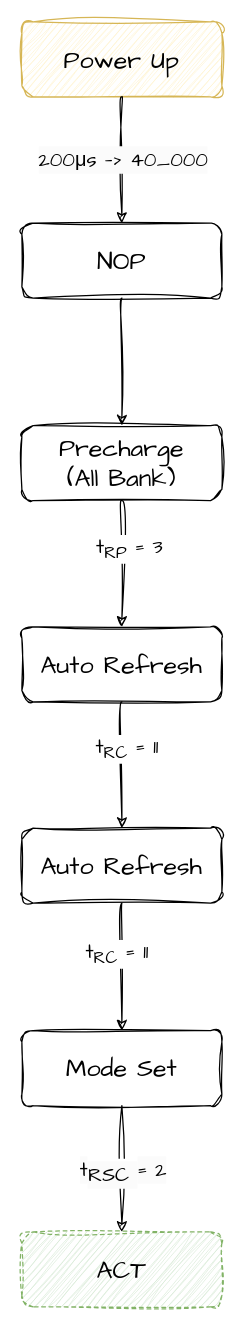
Above: diagram/power_up.drawio in oscc-ip/sdram (draw.io), before the change. Source tidied: cells renumbered, new cells numbered last; positions are measured from the earlier drawing's top-left corner, leaving out a move shared by most shapes. Both pictures are drawn from the tidied source at 125%, with x=0, y=0 at pixel (21, 21).
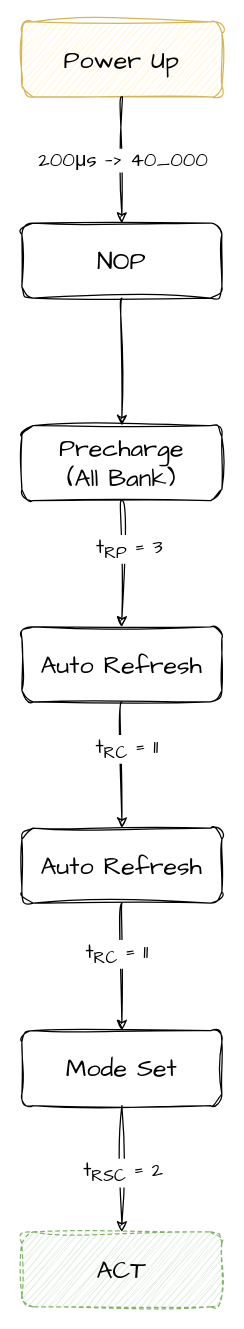
The same page after the edit.

Commit message (it also covers changes not shown here):
[docs] add burst write diagram

The change refers to these unchanged cells:
```xml
<mxCell id="3" style="edgeStyle=orthogonalEdgeStyle;shape=connector;curved=1;rounded=1;sketch=1;hachureGap=4;jiggle=2;curveFitting=1;html=1;exitX=0.5;exitY=1;exitDx=0;exitDy=0;entryX=0.5;entryY=0;entryDx=0;entryDy=0;labelBackgroundColor=default;strokeColor=default;fontFamily=Architects Daughter;fontSize=16;fontColor=default;startArrow=none;startFill=0;endArrow=classic;" parent="1" edge="1" source="5" target="6">
  <mxGeometry relative="1" as="geometry">
    <Array as="points">
      <mxPoint x="80" y="910" />
      <mxPoint x="80" y="910" />
    </Array>
  </mxGeometry>
</mxCell>
<mxCell id="7" style="edgeStyle=orthogonalEdgeStyle;curved=1;rounded=1;sketch=1;hachureGap=4;jiggle=2;curveFitting=1;html=1;exitX=0.5;exitY=1;exitDx=0;exitDy=0;entryX=0.5;entryY=0;entryDx=0;entryDy=0;labelBackgroundColor=default;strokeColor=default;fontFamily=Architects Daughter;fontSize=16;fontColor=default;endArrow=classic;startArrow=none;startFill=0;endFill=1;" parent="1" edge="1" source="2" target="10">
  <mxGeometry relative="1" as="geometry" />
</mxCell>
```

Diff of the diagram source:
```diff
@@
-    <mxCell id="4" value="&lt;span style=&quot;border-color: var(--border-color); font-size: 16px; background-color: rgb(251, 251, 251);&quot;&gt;t&lt;/span&gt;&lt;sub style=&quot;border-color: var(--border-color); background-color: rgb(251, 251, 251); font-size: 16px;&quot;&gt;RSC&amp;nbsp;&lt;/sub&gt;&lt;span style=&quot;border-color: var(--border-color); font-size: 16px; background-color: rgb(251, 251, 251);&quot;&gt;= 2&lt;/span&gt;" style="edgeLabel;html=1;align=center;verticalAlign=middle;fontSize=16;fontFamily=Architects Daughter;" parent="3" vertex="1">
-      <mxGeometry x="-0.22" y="-2" relative="1" as="geometry">
-        <mxPoint x="2" y="14" as="offset" />
+    <mxCell id="4" value="t&lt;sub&gt;RSC&lt;/sub&gt; = 2" style="edgeLabel;html=1;align=center;verticalAlign=middle;fontSize=16;fontFamily=Architects Daughter;" parent="3" vertex="1">
+      <mxGeometry x="-0.2" y="-1" relative="1" as="geometry">
+        <mxPoint x="1" y="13" as="offset" />
       </mxGeometry>
     </mxCell>
@@
-    <mxCell id="8" value="&lt;span style=&quot;font-size: 16px; background-color: rgb(251, 251, 251);&quot;&gt;200μs —&amp;gt; 40_000&lt;/span&gt;" style="edgeLabel;html=1;align=center;verticalAlign=middle;fontSize=16;fontFamily=Architects Daughter;" parent="7" vertex="1">
-      <mxGeometry x="-0.24" y="1" relative="1" as="geometry">
-        <mxPoint x="-1" y="12" as="offset" />
+    <mxCell id="8" value="200μs —&amp;gt; 40_000" style="edgeLabel;html=1;align=center;verticalAlign=middle;fontSize=16;fontFamily=Architects Daughter;" parent="7" vertex="1">
+      <mxGeometry x="0.19" relative="1" as="geometry">
+        <mxPoint y="-10" as="offset" />
       </mxGeometry>
     </mxCell>
```
